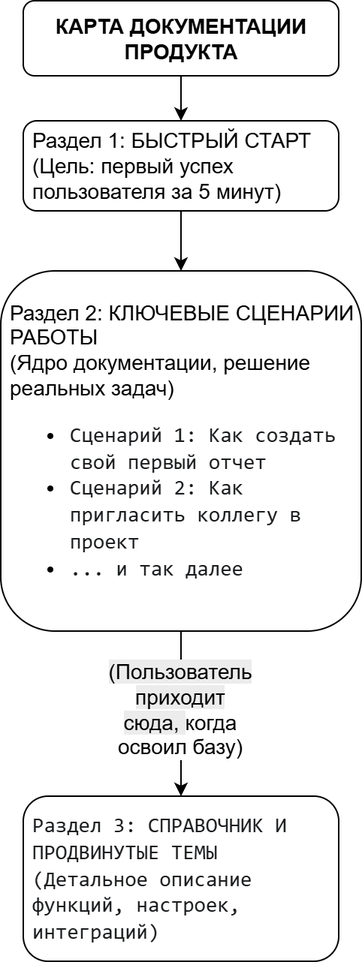
Earlier version of the draw.io export images/doc-map-scheme.png (technoway10/tech-writer-portfolio). Source tidied: cells renumbered, new cells last; positions are measured from the earlier drawing's top-left corner, leaving out a move shared by most shapes. Its diagram source:
```xml
<mxGraphModel>
  <root>
    <mxCell id="0" />
    <mxCell id="1" parent="0" />
    <mxCell id="2" style="edgeStyle=orthogonalEdgeStyle;rounded=0;jettySize=auto;html=1;exitX=0.5;exitY=1;exitDx=0;exitDy=0;entryX=0.5;entryY=0;entryDx=0;entryDy=0;" parent="1" edge="1" source="3" target="5">
      <mxGeometry relative="1" as="geometry" />
    </mxCell>
    <mxCell id="3" value="&lt;font&gt;&lt;b&gt;КАРТА ДОКУМЕНТАЦИИ ПРОДУКТА&lt;/b&gt;&lt;/font&gt;" style="rounded=1;whiteSpace=wrap;html=1;spacingLeft=0;spacing=6;fontSize=14;" parent="1" vertex="1">
      <mxGeometry x="15" width="210" height="50" as="geometry" />
    </mxCell>
    <mxCell id="4" style="edgeStyle=orthogonalEdgeStyle;rounded=0;jettySize=auto;html=1;exitX=0.5;exitY=1;exitDx=0;exitDy=0;entryX=0.5;entryY=0;entryDx=0;entryDy=0;" parent="1" edge="1" source="5" target="8">
      <mxGeometry relative="1" as="geometry" />
    </mxCell>
    <mxCell id="5" value="&lt;font&gt;Раздел 1: БЫСТРЫЙ СТАРТ&lt;/font&gt;&lt;div&gt;&lt;font&gt;(Цель: первый успех пользователя за 5 минут)&lt;/font&gt;&lt;/div&gt;" style="rounded=1;whiteSpace=wrap;html=1;align=left;spacingLeft=0;spacing=6;fontSize=14;" parent="1" vertex="1">
      <mxGeometry x="15" y="80" width="210" height="60" as="geometry" />
    </mxCell>
    <mxCell id="6" style="edgeStyle=orthogonalEdgeStyle;rounded=0;jettySize=auto;html=1;exitX=0.5;exitY=1;exitDx=0;exitDy=0;entryX=0.5;entryY=0;entryDx=0;entryDy=0;" parent="1" edge="1" source="8" target="9">
      <mxGeometry relative="1" as="geometry" />
    </mxCell>
    <mxCell id="7" value="&lt;font style=&quot;text-align: left; text-wrap-mode: wrap; background-color: rgb(236, 236, 236);&quot;&gt;(Пользователь приходит сюда,&amp;nbsp;&lt;/font&gt;&lt;span style=&quot;color: light-dark(rgb(0, 0, 0), rgb(255, 255, 255)); text-align: left; text-wrap-mode: wrap; background-color: transparent;&quot;&gt;когда освоил базу)&lt;/span&gt;" style="edgeLabel;html=1;align=center;verticalAlign=middle;fontSize=14;" parent="6" vertex="1">
      <mxGeometry x="-0.07" y="-2" relative="1" as="geometry" />
    </mxCell>
    <mxCell id="8" value="&lt;font&gt;Раздел 2: КЛЮЧЕВЫЕ СЦЕНАРИИ РАБОТЫ&lt;/font&gt;&lt;div&gt;&lt;font&gt;(Ядро документации, решение реальных задач)&lt;/font&gt;&lt;/div&gt;&lt;div&gt;&lt;ul&gt;&lt;li&gt;&lt;span style=&quot;background-color: light-dark(rgb(255, 255, 255), rgb(18, 18, 18)); color: light-dark(rgb(26, 28, 30), rgb(212, 214, 216)); font-family: &amp;quot;DM Mono&amp;quot;, monospace;&quot;&gt;&lt;font&gt;Сценарий 1: Как создать свой первый отчет&lt;/font&gt;&lt;/span&gt;&lt;/li&gt;&lt;li&gt;&lt;span style=&quot;color: rgb(26, 28, 30); font-family: &amp;quot;DM Mono&amp;quot;, monospace; background-color: light-dark(rgb(255, 255, 255), rgb(18, 18, 18));&quot;&gt;&lt;font&gt;Сценарий 2: Как пригласить коллегу в проект&lt;/font&gt;&lt;/span&gt;&lt;/li&gt;&lt;li&gt;&lt;span style=&quot;background-color: rgb(255, 255, 255); color: rgb(26, 28, 30); font-family: &amp;quot;DM Mono&amp;quot;, monospace;&quot;&gt;&lt;font&gt;... и так далее&lt;/font&gt;&lt;/span&gt;&lt;/li&gt;&lt;/ul&gt;&lt;/div&gt;" style="rounded=1;whiteSpace=wrap;html=1;align=left;spacingLeft=0;spacing=6;fontSize=14;" parent="1" vertex="1">
      <mxGeometry y="180" width="240" height="240" as="geometry" />
    </mxCell>
    <mxCell id="9" value="&lt;span style=&quot;color: rgb(26, 28, 30); font-family: &amp;quot;DM Mono&amp;quot;, monospace; background-color: rgb(255, 255, 255);&quot;&gt;&lt;font&gt;Раздел 3: СПРАВОЧНИК И ПРОДВИНУТЫЕ ТЕМЫ&lt;/font&gt;&lt;/span&gt;&lt;div&gt;&lt;span style=&quot;background-color: rgb(255, 255, 255); color: rgb(26, 28, 30);&quot;&gt;&lt;font&gt;&lt;font face=&quot;DM Mono, monospace&quot; color=&quot;#1a1c1e&quot;&gt;(Детальное описание функций, настроек, интеграций)&lt;/font&gt;&lt;/font&gt;&lt;/span&gt;&lt;/div&gt;" style="rounded=1;whiteSpace=wrap;html=1;align=left;spacingLeft=0;spacing=6;fontSize=14;" parent="1" vertex="1">
      <mxGeometry x="15" y="530" width="210" height="110" as="geometry" />
    </mxCell>
  </root>
</mxGraphModel>
```
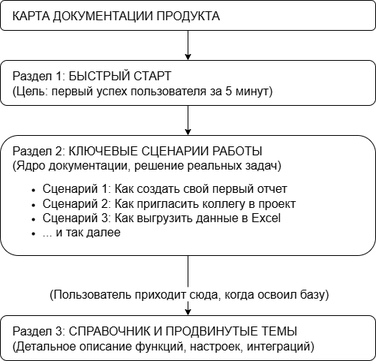
The same file after the commit.

Commit message:
another diagram

The edit, as a diff of the source:
```diff
@@ -5,26 +5,28 @@
     <mxCell id="2" style="edgeStyle=orthogonalEdgeStyle;rounded=0;jettySize=auto;html=1;exitX=0.5;exitY=1;exitDx=0;exitDy=0;entryX=0.5;entryY=0;entryDx=0;entryDy=0;" parent="1" edge="1" source="3" target="5">
       <mxGeometry relative="1" as="geometry" />
     </mxCell>
-    <mxCell id="3" value="&lt;font&gt;&lt;b&gt;КАРТА ДОКУМЕНТАЦИИ ПРОДУКТА&lt;/b&gt;&lt;/font&gt;" style="rounded=1;whiteSpace=wrap;html=1;spacingLeft=0;spacing=6;fontSize=14;" parent="1" vertex="1">
-      <mxGeometry x="15" width="210" height="50" as="geometry" />
+    <mxCell id="3" value="&lt;font style=&quot;font-size: 16px;&quot;&gt;КАРТА ДОКУМЕНТАЦИИ ПРОДУКТА&lt;/font&gt;" style="rounded=1;whiteSpace=wrap;html=1;spacing=16;spacingLeft=0;align=left;" parent="1" vertex="1">
+      <mxGeometry x="-133" y="10" width="500" height="40" as="geometry" />
     </mxCell>
     <mxCell id="4" style="edgeStyle=orthogonalEdgeStyle;rounded=0;jettySize=auto;html=1;exitX=0.5;exitY=1;exitDx=0;exitDy=0;entryX=0.5;entryY=0;entryDx=0;entryDy=0;" parent="1" edge="1" source="5" target="8">
       <mxGeometry relative="1" as="geometry" />
     </mxCell>
-    <mxCell id="5" value="&lt;font&gt;Раздел 1: БЫСТРЫЙ СТАРТ&lt;/font&gt;&lt;div&gt;&lt;font&gt;(Цель: первый успех пользователя за 5 минут)&lt;/font&gt;&lt;/div&gt;" style="rounded=1;whiteSpace=wrap;html=1;align=left;spacingLeft=0;spacing=6;fontSize=14;" parent="1" vertex="1">
-      <mxGeometry x="15" y="80" width="210" height="60" as="geometry" />
+    <mxCell id="5" value="&lt;div&gt;&lt;font style=&quot;font-size: 16px;&quot;&gt;Раздел 1: БЫСТРЫЙ СТАРТ&lt;/font&gt;&lt;/div&gt;&lt;div&gt;&lt;font style=&quot;font-size: 16px;&quot;&gt;&lt;span style=&quot;background-color: transparent; color: light-dark(rgb(0, 0, 0), rgb(255, 255, 255));&quot;&gt;(Цель: первый успех пользователя за 5 минут)&lt;/span&gt;&lt;/font&gt;&lt;/div&gt;" style="rounded=1;whiteSpace=wrap;html=1;spacing=16;spacingLeft=0;align=left;" parent="1" vertex="1">
+      <mxGeometry x="-133" y="90" width="500" height="60" as="geometry" />
     </mxCell>
     <mxCell id="6" style="edgeStyle=orthogonalEdgeStyle;rounded=0;jettySize=auto;html=1;exitX=0.5;exitY=1;exitDx=0;exitDy=0;entryX=0.5;entryY=0;entryDx=0;entryDy=0;" parent="1" edge="1" source="8" target="9">
       <mxGeometry relative="1" as="geometry" />
     </mxCell>
-    <mxCell id="7" value="&lt;font style=&quot;text-align: left; text-wrap-mode: wrap; background-color: rgb(236, 236, 236);&quot;&gt;(Пользователь приходит сюда,&amp;nbsp;&lt;/font&gt;&lt;span style=&quot;color: light-dark(rgb(0, 0, 0), rgb(255, 255, 255)); text-align: left; text-wrap-mode: wrap; background-color: transparent;&quot;&gt;когда освоил базу)&lt;/span&gt;" style="edgeLabel;html=1;align=center;verticalAlign=middle;fontSize=14;" parent="6" vertex="1">
-      <mxGeometry x="-0.07" y="-2" relative="1" as="geometry" />
+    <mxCell id="7" value="&lt;div&gt;&lt;font style=&quot;font-size: 16px;&quot;&gt;(Пользователь приходит сюда,&amp;nbsp;&lt;span style=&quot;background-color: light-dark(#ffffff, var(--ge-dark-color, #121212)); color: light-dark(rgb(0, 0, 0), rgb(255, 255, 255));&quot;&gt;когда освоил базу)&lt;/span&gt;&lt;/font&gt;&lt;/div&gt;" style="edgeLabel;html=1;align=center;verticalAlign=middle;" parent="6" vertex="1">
+      <mxGeometry x="-0.33" y="-1" relative="1" as="geometry">
+        <mxPoint x="1" y="23" as="offset" />
+      </mxGeometry>
     </mxCell>
-    <mxCell id="8" value="&lt;font&gt;Раздел 2: КЛЮЧЕВЫЕ СЦЕНАРИИ РАБОТЫ&lt;/font&gt;&lt;div&gt;&lt;font&gt;(Ядро документации, решение реальных задач)&lt;/font&gt;&lt;/div&gt;&lt;div&gt;&lt;ul&gt;&lt;li&gt;&lt;span style=&quot;background-color: light-dark(rgb(255, 255, 255), rgb(18, 18, 18)); color: light-dark(rgb(26, 28, 30), rgb(212, 214, 216)); font-family: &amp;quot;DM Mono&amp;quot;, monospace;&quot;&gt;&lt;font&gt;Сценарий 1: Как создать свой первый отчет&lt;/font&gt;&lt;/span&gt;&lt;/li&gt;&lt;li&gt;&lt;span style=&quot;color: rgb(26, 28, 30); font-family: &amp;quot;DM Mono&amp;quot;, monospace; background-color: light-dark(rgb(255, 255, 255), rgb(18, 18, 18));&quot;&gt;&lt;font&gt;Сценарий 2: Как пригласить коллегу в проект&lt;/font&gt;&lt;/span&gt;&lt;/li&gt;&lt;li&gt;&lt;span style=&quot;background-color: rgb(255, 255, 255); color: rgb(26, 28, 30); font-family: &amp;quot;DM Mono&amp;quot;, monospace;&quot;&gt;&lt;font&gt;... и так далее&lt;/font&gt;&lt;/span&gt;&lt;/li&gt;&lt;/ul&gt;&lt;/div&gt;" style="rounded=1;whiteSpace=wrap;html=1;align=left;spacingLeft=0;spacing=6;fontSize=14;" parent="1" vertex="1">
-      <mxGeometry y="180" width="240" height="240" as="geometry" />
+    <mxCell id="8" value="&lt;div&gt;&lt;font style=&quot;font-size: 16px;&quot;&gt;Раздел 2: КЛЮЧЕВЫЕ СЦЕНАРИИ РАБОТЫ&lt;/font&gt;&lt;/div&gt;&lt;div&gt;&lt;span style=&quot;font-size: 16px; background-color: transparent; color: light-dark(rgb(0, 0, 0), rgb(255, 255, 255));&quot;&gt;(Ядро документации, решение реальных задач)&lt;/span&gt;&lt;/div&gt;&lt;div&gt;&lt;ul&gt;&lt;li&gt;&lt;span style=&quot;background-color: transparent; color: light-dark(rgb(0, 0, 0), rgb(255, 255, 255)); font-size: 16px;&quot;&gt;Сценарий 1: Как создать свой первый отчет&lt;/span&gt;&lt;/li&gt;&lt;li&gt;&lt;span style=&quot;font-size: 16px; background-color: transparent; color: light-dark(rgb(0, 0, 0), rgb(255, 255, 255));&quot;&gt;Сценарий 2: Как пригласить коллегу в проект&lt;/span&gt;&lt;/li&gt;&lt;li&gt;&lt;span style=&quot;font-size: 16px; background-color: transparent; color: light-dark(rgb(0, 0, 0), rgb(255, 255, 255));&quot;&gt;Сценарий 3: Как выгрузить данные в Excel&lt;/span&gt;&lt;/li&gt;&lt;li&gt;&lt;span style=&quot;font-size: 16px; background-color: transparent; color: light-dark(rgb(0, 0, 0), rgb(255, 255, 255));&quot;&gt;... и так далее&amp;nbsp; &amp;nbsp;&amp;nbsp;&lt;/span&gt;&lt;/li&gt;&lt;/ul&gt;&lt;/div&gt;" style="rounded=1;whiteSpace=wrap;html=1;spacing=16;spacingLeft=0;align=left;" parent="1" vertex="1">
+      <mxGeometry x="-133" y="190" width="500" height="160" as="geometry" />
     </mxCell>
-    <mxCell id="9" value="&lt;span style=&quot;color: rgb(26, 28, 30); font-family: &amp;quot;DM Mono&amp;quot;, monospace; background-color: rgb(255, 255, 255);&quot;&gt;&lt;font&gt;Раздел 3: СПРАВОЧНИК И ПРОДВИНУТЫЕ ТЕМЫ&lt;/font&gt;&lt;/span&gt;&lt;div&gt;&lt;span style=&quot;background-color: rgb(255, 255, 255); color: rgb(26, 28, 30);&quot;&gt;&lt;font&gt;&lt;font face=&quot;DM Mono, monospace&quot; color=&quot;#1a1c1e&quot;&gt;(Детальное описание функций, настроек, интеграций)&lt;/font&gt;&lt;/font&gt;&lt;/span&gt;&lt;/div&gt;" style="rounded=1;whiteSpace=wrap;html=1;align=left;spacingLeft=0;spacing=6;fontSize=14;" parent="1" vertex="1">
-      <mxGeometry x="15" y="530" width="210" height="110" as="geometry" />
+    <mxCell id="9" value="&lt;div&gt;&lt;font style=&quot;font-size: 16px;&quot;&gt;Раздел 3: СПРАВОЧНИК И ПРОДВИНУТЫЕ ТЕМЫ&lt;/font&gt;&lt;/div&gt;&lt;div&gt;&lt;span style=&quot;font-size: 16px; background-color: transparent; color: light-dark(rgb(0, 0, 0), rgb(255, 255, 255));&quot;&gt;(Детальное описание функций, настроек, интеграций)&lt;/span&gt;&lt;/div&gt;" style="rounded=1;whiteSpace=wrap;html=1;spacing=16;spacingLeft=0;align=left;" parent="1" vertex="1">
+      <mxGeometry x="-133" y="430" width="500" height="60" as="geometry" />
     </mxCell>
   </root>
 </mxGraphModel>
```
